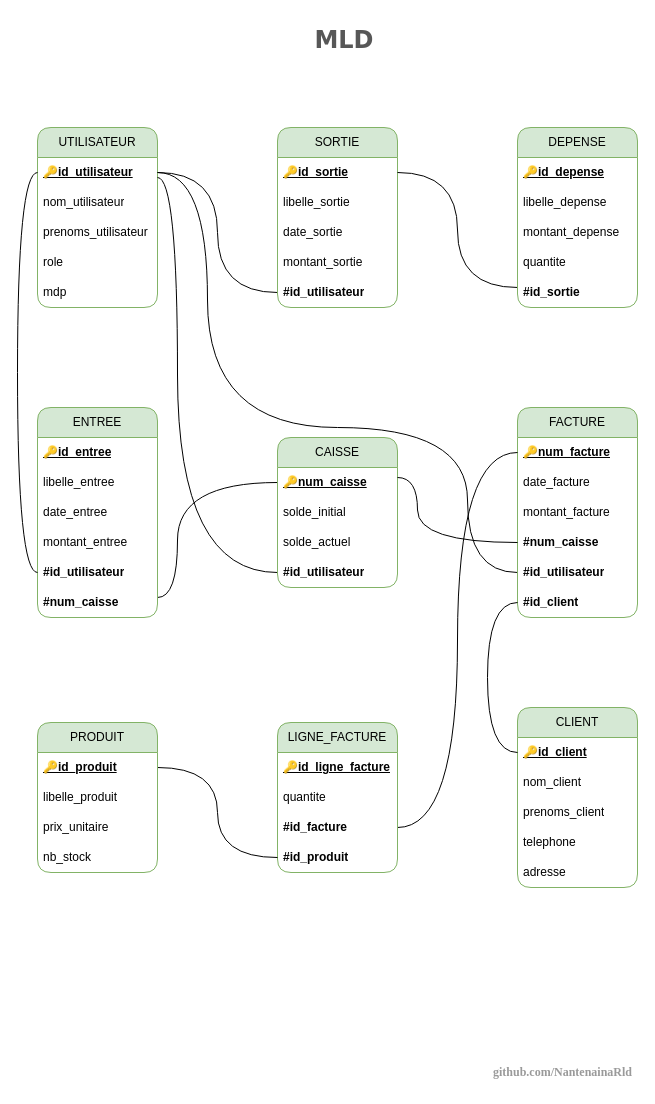
This is page "Page-2" (3 of 5) of documents/flux_mcd_mld_mct_mot.drawio from NantenainaRld/www-faktiora-mg, a draw.io file, before an edit. Source tidied: cells renumbered, new cells numbered last; positions are measured from the earlier drawing's top-left corner, leaving out a move shared by most shapes. Both pictures are drawn from the tidied source at 100%, with x=0, y=0 at pixel (37, 17).
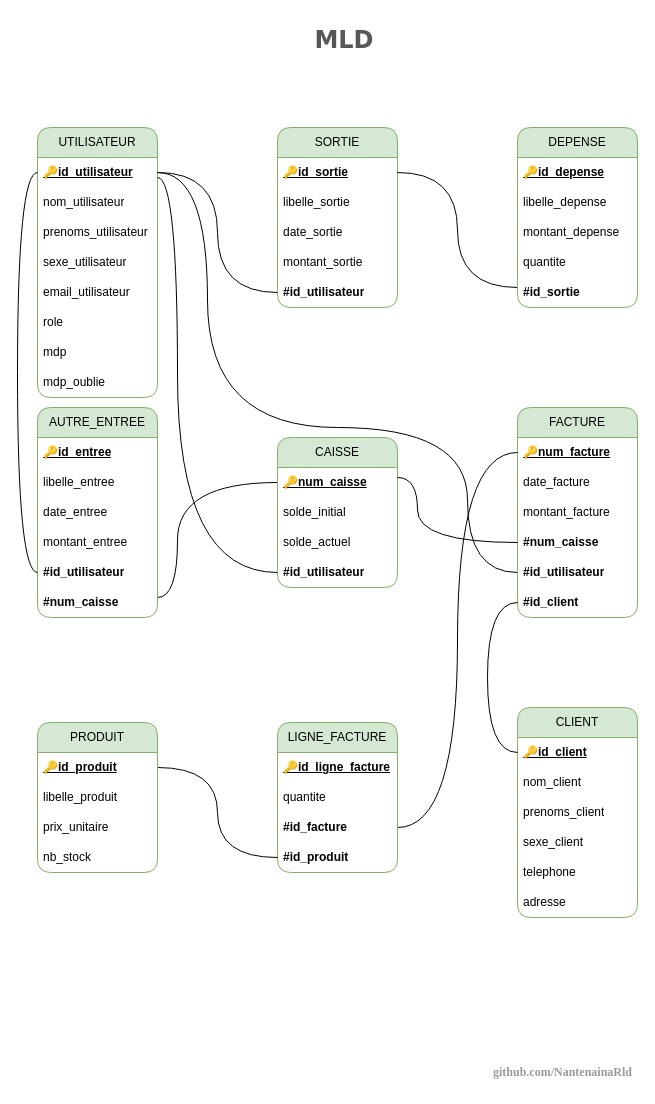
Above is the later version.

Change to the diagram source:
```diff
@@
     <mxCell id="2" value="UTILISATEUR" style="swimlane;fontStyle=0;horizontal=1;startSize=30;whiteSpace=wrap;html=1;swimlaneFillColor=none;fillColor=#d5e8d4;strokeColor=#82b366;rounded=1;" parent="1" vertex="1">
-      <mxGeometry y="110" width="120" height="180" as="geometry" />
+      <mxGeometry y="110" width="120" height="270" as="geometry" />
     </mxCell>
@@
+    <mxCell id="67" value="sexe_utilisateur" style="text;strokeColor=none;fillColor=none;align=left;verticalAlign=middle;spacingLeft=4;spacingRight=4;overflow=hidden;whiteSpace=wrap;html=1;rounded=1;" parent="2" vertex="1">
+      <mxGeometry y="120" width="120" height="30" as="geometry" />
+    </mxCell>
+    <mxCell id="68" value="email_utilisateur" style="text;strokeColor=none;fillColor=none;align=left;verticalAlign=middle;spacingLeft=4;spacingRight=4;overflow=hidden;whiteSpace=wrap;html=1;rounded=1;" parent="2" vertex="1">
+      <mxGeometry y="150" width="120" height="30" as="geometry" />
+    </mxCell>
     <mxCell id="6" value="role" style="text;strokeColor=none;fillColor=none;align=left;verticalAlign=middle;spacingLeft=4;spacingRight=4;overflow=hidden;whiteSpace=wrap;html=1;rounded=1;" parent="2" vertex="1">
-      <mxGeometry y="120" width="120" height="30" as="geometry" />
+      <mxGeometry y="180" width="120" height="30" as="geometry" />
     </mxCell>
     <mxCell id="7" value="mdp" style="text;strokeColor=none;fillColor=none;align=left;verticalAlign=middle;spacingLeft=4;spacingRight=4;overflow=hidden;whiteSpace=wrap;html=1;rounded=1;" parent="2" vertex="1">
-      <mxGeometry y="150" width="120" height="30" as="geometry" />
+      <mxGeometry y="210" width="120" height="30" as="geometry" />
     </mxCell>
+    <mxCell id="69" value="mdp_oublie" style="text;strokeColor=none;fillColor=none;align=left;verticalAlign=middle;spacingLeft=4;spacingRight=4;overflow=hidden;whiteSpace=wrap;html=1;rounded=1;" parent="2" vertex="1">
+      <mxGeometry y="240" width="120" height="30" as="geometry" />
+    </mxCell>
@@
-    <mxCell id="23" value="ENTREE" style="swimlane;fontStyle=0;horizontal=1;startSize=30;whiteSpace=wrap;html=1;swimlaneFillColor=none;fillColor=#d5e8d4;strokeColor=#82b366;rounded=1;" parent="1" vertex="1">
+    <mxCell id="23" value="AUTRE_ENTREE" style="swimlane;fontStyle=0;horizontal=1;startSize=30;whiteSpace=wrap;html=1;swimlaneFillColor=none;fillColor=#d5e8d4;strokeColor=#82b366;rounded=1;" parent="1" vertex="1">
       <mxGeometry y="390" width="120" height="210" as="geometry" />
     </mxCell>
@@
     <mxCell id="46" value="CLIENT" style="swimlane;fontStyle=0;horizontal=1;startSize=30;whiteSpace=wrap;html=1;swimlaneFillColor=none;fillColor=#d5e8d4;strokeColor=#82b366;rounded=1;" parent="1" vertex="1">
-      <mxGeometry x="480" y="690" width="120" height="180" as="geometry" />
+      <mxGeometry x="480" y="690" width="120" height="210" as="geometry" />
     </mxCell>
@@
+    <mxCell id="70" value="sexe_client" style="text;strokeColor=none;fillColor=none;align=left;verticalAlign=middle;spacingLeft=4;spacingRight=4;overflow=hidden;whiteSpace=wrap;html=1;rounded=1;" parent="46" vertex="1">
+      <mxGeometry y="120" width="120" height="30" as="geometry" />
+    </mxCell>
     <mxCell id="50" value="telephone" style="text;strokeColor=none;fillColor=none;align=left;verticalAlign=middle;spacingLeft=4;spacingRight=4;overflow=hidden;whiteSpace=wrap;html=1;rounded=1;" parent="46" vertex="1">
-      <mxGeometry y="120" width="120" height="30" as="geometry" />
+      <mxGeometry y="150" width="120" height="30" as="geometry" />
     </mxCell>
     <mxCell id="51" value="adresse" style="text;strokeColor=none;fillColor=none;align=left;verticalAlign=middle;spacingLeft=4;spacingRight=4;overflow=hidden;whiteSpace=wrap;html=1;rounded=1;" parent="46" vertex="1">
-      <mxGeometry y="150" width="120" height="30" as="geometry" />
+      <mxGeometry y="180" width="120" height="30" as="geometry" />
     </mxCell>
```
